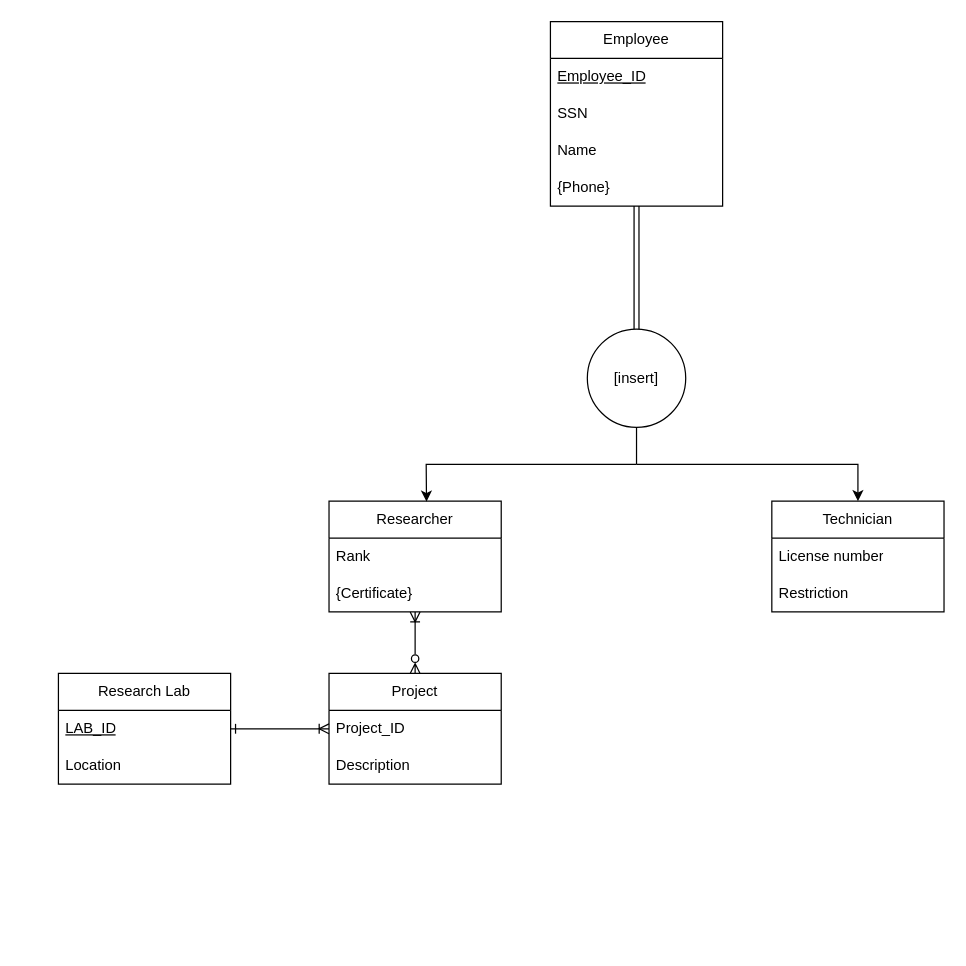
This is Midterm.drawio from ngimpWT/CIDM3350, a draw.io file, before an edit. Source tidied: cells renumbered, new cells numbered last; positions are measured from the earlier drawing's top-left corner, leaving out a move shared by most shapes. Both pictures are drawn from the tidied source at 123%, with x=0, y=0 at pixel (58, 21).
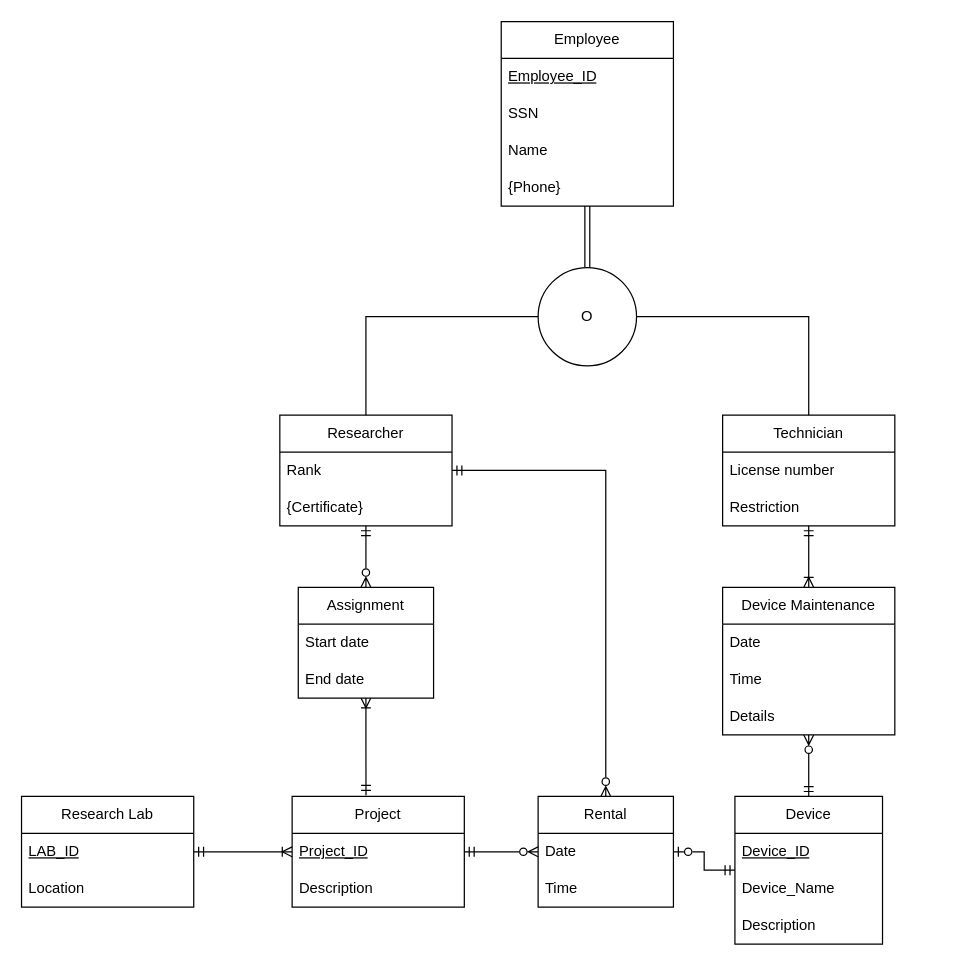
After the change.

The change refers to these unchanged cells:
```xml
<mxCell id="6" value="&lt;u&gt;LAB_ID&lt;/u&gt;" style="text;strokeColor=none;fillColor=none;align=left;verticalAlign=middle;spacingLeft=4;spacingRight=4;overflow=hidden;points=[[0,0.5],[1,0.5]];portConstraint=eastwest;whiteSpace=wrap;html=1;" parent="5" vertex="1">
  <mxGeometry y="30" width="140" height="30" as="geometry" />
</mxCell>
<mxCell id="19" value="&lt;div&gt;Rank&lt;/div&gt;" style="text;strokeColor=none;fillColor=none;align=left;verticalAlign=middle;spacingLeft=4;spacingRight=4;overflow=hidden;points=[[0,0.5],[1,0.5]];portConstraint=eastwest;whiteSpace=wrap;html=1;" parent="18" vertex="1">
  <mxGeometry y="30" width="140" height="30" as="geometry" />
</mxCell>
```

What changed in the source:
```diff
@@
     <mxCell id="2" value="Project" style="swimlane;fontStyle=0;horizontal=1;startSize=30;whiteSpace=wrap;html=1;" parent="1" vertex="1">
-      <mxGeometry x="220" y="530" width="140" height="90" as="geometry" />
+      <mxGeometry x="190" y="630" width="140" height="90" as="geometry" />
     </mxCell>
-    <mxCell id="3" value="Project_ID" style="text;strokeColor=none;fillColor=none;align=left;verticalAlign=middle;spacingLeft=4;spacingRight=4;overflow=hidden;points=[[0,0.5],[1,0.5]];portConstraint=eastwest;whiteSpace=wrap;html=1;" parent="2" vertex="1">
+    <mxCell id="3" value="&lt;u&gt;Project_ID&lt;/u&gt;" style="text;strokeColor=none;fillColor=none;align=left;verticalAlign=middle;spacingLeft=4;spacingRight=4;overflow=hidden;points=[[0,0.5],[1,0.5]];portConstraint=eastwest;whiteSpace=wrap;html=1;" parent="2" vertex="1">
       <mxGeometry y="30" width="140" height="30" as="geometry" />
     </mxCell>
@@
     <mxCell id="5" value="Research Lab" style="swimlane;fontStyle=0;horizontal=1;startSize=30;whiteSpace=wrap;html=1;" parent="1" vertex="1">
-      <mxGeometry y="530" width="140" height="90" as="geometry" />
+      <mxGeometry x="-30" y="630" width="140" height="90" as="geometry" />
     </mxCell>
@@
-    <mxCell id="8" style="edgeStyle=orthogonalEdgeStyle;rounded=0;jettySize=auto;html=1;entryX=0;entryY=0.5;entryDx=0;entryDy=0;endArrow=ERoneToMany;endFill=0;startArrow=ERone;startFill=0;" parent="1" edge="1" source="6" target="3">
+    <mxCell id="8" style="edgeStyle=orthogonalEdgeStyle;rounded=0;jettySize=auto;html=1;entryX=0;entryY=0.5;entryDx=0;entryDy=0;endArrow=ERoneToMany;endFill=0;startArrow=ERmandOne;startFill=0;" parent="1" edge="1" source="6" target="3">
       <mxGeometry relative="1" as="geometry" />
     </mxCell>
@@
     <mxCell id="10" value="Employee" style="swimlane;fontStyle=0;horizontal=1;startSize=30;whiteSpace=wrap;html=1;" parent="1" vertex="1">
-      <mxGeometry x="400" width="140" height="150" as="geometry" />
+      <mxGeometry x="360" width="140" height="150" as="geometry" />
     </mxCell>
@@
-    <mxCell id="15" style="edgeStyle=elbowEdgeStyle;rounded=0;jettySize=auto;html=1;elbow=vertical;endArrow=none;endFill=0;" parent="1" edge="1" source="16">
-      <mxGeometry relative="1" as="geometry">
-        <mxPoint x="470" y="360" as="targetPoint" />
-      </mxGeometry>
-    </mxCell>
-    <mxCell id="16" value="[insert]" style="ellipse;whiteSpace=wrap;html=1;fontStyle=0;startSize=30;horizontal=1;" parent="1" vertex="1">
-      <mxGeometry x="430" y="250" width="80" height="80" as="geometry" />
+    <mxCell id="16" value="O" style="ellipse;whiteSpace=wrap;html=1;fontStyle=0;startSize=30;horizontal=1;" parent="1" vertex="1">
+      <mxGeometry x="390" y="200" width="80" height="80" as="geometry" />
     </mxCell>
-    <mxCell id="17" style="edgeStyle=orthogonalEdgeStyle;rounded=0;jettySize=auto;html=1;entryX=0.5;entryY=0;entryDx=0;entryDy=0;endArrow=ERzeroToMany;endFill=0;startArrow=ERoneToMany;startFill=0;" parent="1" edge="1" source="18" target="2">
-      <mxGeometry relative="1" as="geometry" />
-    </mxCell>
+    <mxCell id="26" style="edgeStyle=orthogonalEdgeStyle;rounded=0;jettySize=auto;html=1;entryX=0.5;entryY=0;entryDx=0;entryDy=0;startArrow=ERmandOne;startFill=0;endArrow=ERzeroToMany;endFill=0;" parent="1" edge="1" source="18" target="28">
+      <mxGeometry relative="1" as="geometry" />
+    </mxCell>
     <mxCell id="18" value="Researcher" style="swimlane;fontStyle=0;horizontal=1;startSize=30;whiteSpace=wrap;html=1;" parent="1" vertex="1">
-      <mxGeometry x="220" y="390" width="140" height="90" as="geometry" />
+      <mxGeometry x="180" y="320" width="140" height="90" as="geometry" />
     </mxCell>
@@
+    <mxCell id="27" style="edgeStyle=orthogonalEdgeStyle;rounded=0;jettySize=auto;html=1;entryX=0.5;entryY=0;entryDx=0;entryDy=0;startArrow=ERmandOne;startFill=0;endArrow=ERoneToMany;endFill=0;" parent="1" edge="1" source="21" target="37">
+      <mxGeometry relative="1" as="geometry" />
+    </mxCell>
     <mxCell id="21" value="Technician" style="swimlane;fontStyle=0;horizontal=1;startSize=30;whiteSpace=wrap;html=1;" parent="1" vertex="1">
-      <mxGeometry x="580" y="390" width="140" height="90" as="geometry" />
+      <mxGeometry x="540" y="320" width="140" height="90" as="geometry" />
     </mxCell>
@@
-    <mxCell id="24" style="endArrow=classic;html=1;rounded=0;entryX=0.566;entryY=0.004;entryDx=0;entryDy=0;entryPerimeter=0;" parent="1" edge="1" target="18">
+    <mxCell id="24" style="endArrow=none;html=1;rounded=0;endFill=0;exitX=0;exitY=0.5;exitDx=0;exitDy=0;entryX=0.5;entryY=0;entryDx=0;entryDy=0;" parent="1" edge="1" source="16" target="18">
       <mxGeometry relative="1" as="geometry">
-        <mxPoint x="470" y="360" as="sourcePoint" />
         <Array as="points">
-          <mxPoint x="299" y="360" />
+          <mxPoint x="250" y="240" />
         </Array>
       </mxGeometry>
     </mxCell>
-    <mxCell id="25" style="endArrow=classic;html=1;rounded=0;entryX=0.566;entryY=0.004;entryDx=0;entryDy=0;entryPerimeter=0;" parent="1" edge="1">
+    <mxCell id="25" style="endArrow=none;html=1;rounded=0;endFill=0;exitX=1;exitY=0.5;exitDx=0;exitDy=0;entryX=0.5;entryY=0;entryDx=0;entryDy=0;" parent="1" edge="1" source="16" target="21">
       <mxGeometry relative="1" as="geometry">
-        <mxPoint x="470" y="360" as="sourcePoint" />
-        <mxPoint x="650" y="390" as="targetPoint" />
         <Array as="points">
-          <mxPoint x="650" y="360" />
+          <mxPoint x="610" y="240" />
         </Array>
       </mxGeometry>
     </mxCell>
+    <mxCell id="28" value="Assignment" style="swimlane;fontStyle=0;horizontal=1;startSize=30;whiteSpace=wrap;html=1;" parent="1" vertex="1">
+      <mxGeometry x="195" y="460" width="110" height="90" as="geometry" />
+    </mxCell>
+    <mxCell id="29" value="Start date" style="text;strokeColor=none;fillColor=none;align=left;verticalAlign=middle;spacingLeft=4;spacingRight=4;overflow=hidden;whiteSpace=wrap;html=1;" parent="28" vertex="1">
+      <mxGeometry y="30" width="110" height="30" as="geometry" />
+    </mxCell>
+    <mxCell id="30" value="End date" style="text;strokeColor=none;fillColor=none;align=left;verticalAlign=middle;spacingLeft=4;spacingRight=4;overflow=hidden;whiteSpace=wrap;html=1;" parent="28" vertex="1">
+      <mxGeometry y="60" width="110" height="30" as="geometry" />
+    </mxCell>
+    <mxCell id="31" style="edgeStyle=orthogonalEdgeStyle;rounded=0;jettySize=auto;html=1;entryX=0.429;entryY=-0.011;entryDx=0;entryDy=0;entryPerimeter=0;endArrow=ERmandOne;endFill=0;startArrow=ERoneToMany;startFill=0;" parent="1" edge="1" source="28" target="2">
+      <mxGeometry relative="1" as="geometry" />
+    </mxCell>
+    <mxCell id="32" value="Device" style="swimlane;fontStyle=0;horizontal=1;startSize=30;whiteSpace=wrap;html=1;" parent="1" vertex="1">
+      <mxGeometry x="550" y="630" width="120" height="120" as="geometry" />
+    </mxCell>
+    <mxCell id="33" value="&lt;u&gt;Device_ID&lt;/u&gt;" style="text;strokeColor=none;fillColor=none;align=left;verticalAlign=middle;spacingLeft=4;spacingRight=4;overflow=hidden;whiteSpace=wrap;html=1;" parent="32" vertex="1">
+      <mxGeometry y="30" width="120" height="30" as="geometry" />
+    </mxCell>
+    <mxCell id="34" value="Device_Name" style="text;strokeColor=none;fillColor=none;align=left;verticalAlign=middle;spacingLeft=4;spacingRight=4;overflow=hidden;whiteSpace=wrap;html=1;" parent="32" vertex="1">
+      <mxGeometry y="60" width="120" height="30" as="geometry" />
+    </mxCell>
+    <mxCell id="35" value="Description" style="text;strokeColor=none;fillColor=none;align=left;verticalAlign=middle;spacingLeft=4;spacingRight=4;overflow=hidden;whiteSpace=wrap;html=1;" parent="32" vertex="1">
+      <mxGeometry y="90" width="120" height="30" as="geometry" />
+    </mxCell>
+    <mxCell id="36" style="edgeStyle=orthogonalEdgeStyle;rounded=0;jettySize=auto;html=1;entryX=0.5;entryY=0;entryDx=0;entryDy=0;startArrow=ERzeroToMany;startFill=0;endArrow=ERmandOne;endFill=0;" parent="1" edge="1" source="37" target="32">
+      <mxGeometry relative="1" as="geometry" />
+    </mxCell>
+    <mxCell id="37" value="Device Maintenance" style="swimlane;fontStyle=0;horizontal=1;startSize=30;whiteSpace=wrap;html=1;" parent="1" vertex="1">
+      <mxGeometry x="540" y="460" width="140" height="120" as="geometry" />
+    </mxCell>
+    <mxCell id="38" value="Date" style="text;strokeColor=none;fillColor=none;align=left;verticalAlign=middle;spacingLeft=4;spacingRight=4;overflow=hidden;whiteSpace=wrap;html=1;" parent="37" vertex="1">
+      <mxGeometry y="30" width="140" height="30" as="geometry" />
+    </mxCell>
+    <mxCell id="39" value="Time" style="text;strokeColor=none;fillColor=none;align=left;verticalAlign=middle;spacingLeft=4;spacingRight=4;overflow=hidden;whiteSpace=wrap;html=1;" parent="37" vertex="1">
+      <mxGeometry y="60" width="140" height="30" as="geometry" />
+    </mxCell>
+    <mxCell id="40" value="Details" style="text;strokeColor=none;fillColor=none;align=left;verticalAlign=middle;spacingLeft=4;spacingRight=4;overflow=hidden;whiteSpace=wrap;html=1;" parent="37" vertex="1">
+      <mxGeometry y="90" width="140" height="30" as="geometry" />
+    </mxCell>
+    <mxCell id="41" style="edgeStyle=orthogonalEdgeStyle;rounded=0;jettySize=auto;html=1;startArrow=ERzeroToOne;startFill=0;endArrow=ERmandOne;endFill=0;" parent="1" edge="1" source="42" target="32">
+      <mxGeometry relative="1" as="geometry" />
+    </mxCell>
+    <mxCell id="42" value="Rental" style="swimlane;fontStyle=0;horizontal=1;startSize=30;whiteSpace=wrap;html=1;" parent="1" vertex="1">
+      <mxGeometry x="390" y="630" width="110" height="90" as="geometry" />
+    </mxCell>
+    <mxCell id="43" value="Date" style="text;strokeColor=none;fillColor=none;align=left;verticalAlign=middle;spacingLeft=4;spacingRight=4;overflow=hidden;points=[[0,0.5],[1,0.5]];portConstraint=eastwest;whiteSpace=wrap;html=1;" parent="42" vertex="1">
+      <mxGeometry y="30" width="110" height="30" as="geometry" />
+    </mxCell>
+    <mxCell id="44" value="Time" style="text;strokeColor=none;fillColor=none;align=left;verticalAlign=middle;spacingLeft=4;spacingRight=4;overflow=hidden;whiteSpace=wrap;html=1;" parent="42" vertex="1">
+      <mxGeometry y="60" width="110" height="30" as="geometry" />
+    </mxCell>
+    <mxCell id="45" style="edgeStyle=orthogonalEdgeStyle;rounded=0;jettySize=auto;html=1;entryX=0;entryY=0.5;entryDx=0;entryDy=0;endArrow=ERzeroToMany;endFill=0;startArrow=ERmandOne;startFill=0;exitX=1;exitY=0.5;exitDx=0;exitDy=0;" parent="1" edge="1" source="2" target="43">
+      <mxGeometry relative="1" as="geometry" />
+    </mxCell>
+    <mxCell id="46" style="edgeStyle=orthogonalEdgeStyle;rounded=0;jettySize=auto;html=1;entryX=0.5;entryY=0;entryDx=0;entryDy=0;startArrow=ERmandOne;startFill=0;endArrow=ERzeroToMany;endFill=0;" parent="1" edge="1" source="19" target="42">
+      <mxGeometry relative="1" as="geometry" />
+    </mxCell>
```
